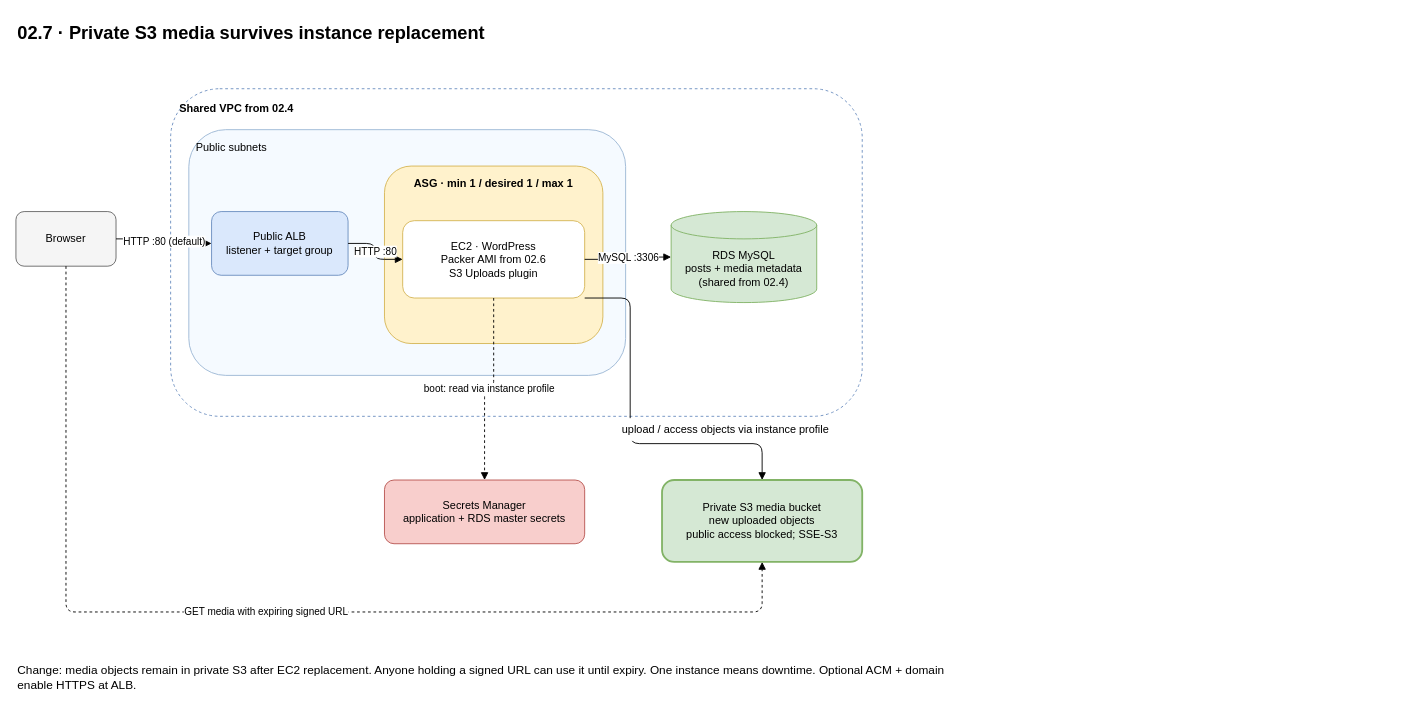
Above: course/infra/labs/aws/02-wordpress/02.7-s3/diagram.drawio in raelga/kubernetes-talks (draw.io), before the change. Source tidied: cells renumbered, new cells numbered last; positions are measured from the earlier drawing's top-left corner, leaving out a move shared by most shapes. Both pictures are drawn from the tidied source at 91%, with x=0, y=0 at pixel (15, 15).
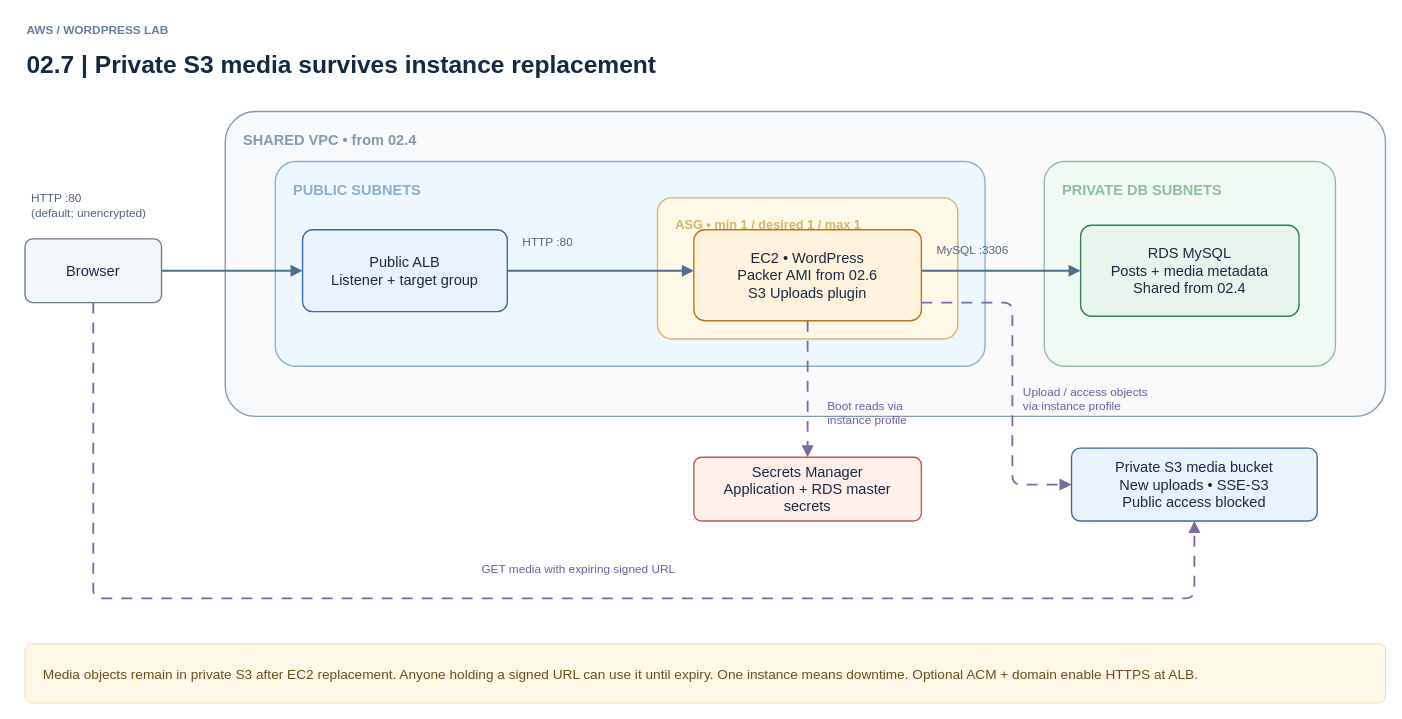
Above is the later version.

Diff of the diagram source:
```diff
@@
-<mxGraphModel>
+<mxGraphModel background="#ffffff">
@@
+    <mxCell id="20" value="AWS  /  WORDPRESS LAB" style="text;html=1;whiteSpace=wrap;overflow=hidden;align=left;verticalAlign=middle;fontFamily=Helvetica;fontSize=13;fontColor=#63809d;fontStyle=1;" parent="1" vertex="1">
+      <mxGeometry x="10" y="5" width="500" height="20" as="geometry" />
+    </mxCell>
-    <mxCell id="2" value="02.7 · Private S3 media survives instance replacement" style="text;html=1;fontSize=20;fontStyle=1;align=left;" parent="1" vertex="1">
-      <mxGeometry width="800" height="35" as="geometry" />
+    <mxCell id="2" value="02.7  |  Private S3 media survives instance replacement" style="text;html=1;whiteSpace=wrap;overflow=hidden;align=left;verticalAlign=middle;fontFamily=Helvetica;fontSize=27;fontColor=#142a43;fontStyle=1;" parent="1" vertex="1">
+      <mxGeometry x="10" y="33" width="1450" height="42" as="geometry" />
     </mxCell>
-    <mxCell id="3" value="Shared VPC from 02.4" style="rounded=1;whiteSpace=wrap;html=1;fillColor=none;strokeColor=#6c8ebf;dashed=1;verticalAlign=top;align=left;spacing=10;fontStyle=1;" parent="1" vertex="1">
-      <mxGeometry x="170" y="80" width="760" height="360" as="geometry" />
+    <mxCell id="3" value="SHARED VPC  •  from 02.4" style="rounded=1;arcSize=10;whiteSpace=wrap;html=1;align=left;verticalAlign=top;spacingLeft=18;spacingTop=15;fontFamily=Helvetica;fontSize=16;fontStyle=1;fontColor=#849ab0;fillColor=#f8fafc;strokeColor=#849ab0;strokeWidth=1.5;" parent="1" vertex="1">
+      <mxGeometry x="230" y="105" width="1275" height="335" as="geometry" />
     </mxCell>
-    <mxCell id="4" value="Public subnets" style="rounded=1;whiteSpace=wrap;html=1;fillColor=#f5faff;strokeColor=#9bb7d4;verticalAlign=top;align=left;spacing=8;" parent="1" vertex="1">
-      <mxGeometry x="190" y="125" width="480" height="270" as="geometry" />
+    <mxCell id="4" value="PUBLIC SUBNETS" style="rounded=1;arcSize=10;whiteSpace=wrap;html=1;align=left;verticalAlign=top;spacingLeft=18;spacingTop=15;fontFamily=Helvetica;fontSize=16;fontStyle=1;fontColor=#8daeca;fillColor=#eef6ff;strokeColor=#8daeca;strokeWidth=1.5;" parent="1" vertex="1">
+      <mxGeometry x="285" y="160" width="780" height="225" as="geometry" />
     </mxCell>
-    <mxCell id="5" value="Browser" style="rounded=1;whiteSpace=wrap;html=1;fillColor=#f5f5f5;strokeColor=#666666;" parent="1" vertex="1">
-      <mxGeometry y="215" width="110" height="60" as="geometry" />
-    </mxCell>
-    <mxCell id="6" value="Public ALB&#10;listener + target group" style="rounded=1;whiteSpace=wrap;html=1;fillColor=#dae8fc;strokeColor=#6c8ebf;" parent="1" vertex="1">
-      <mxGeometry x="215" y="215" width="150" height="70" as="geometry" />
-    </mxCell>
-    <mxCell id="7" value="ASG · min 1 / desired 1 / max 1" style="rounded=1;whiteSpace=wrap;html=1;fillColor=#fff2cc;strokeColor=#d6b656;verticalAlign=top;spacing=8;fontStyle=1;" parent="1" vertex="1">
-      <mxGeometry x="405" y="165" width="240" height="195" as="geometry" />
+    <mxCell id="7" value="ASG  •  min 1 / desired 1 / max 1" style="rounded=1;arcSize=10;whiteSpace=wrap;html=1;align=left;verticalAlign=top;spacingLeft=18;spacingTop=15;fontFamily=Helvetica;fontSize=14;fontStyle=1;fontColor=#d5b46b;fillColor=#fff8e8;strokeColor=#d5b46b;strokeWidth=1.5;" parent="1" vertex="1">
+      <mxGeometry x="705" y="200" width="330" height="155" as="geometry" />
     </mxCell>
-    <mxCell id="8" value="EC2 · WordPress&#10;Packer AMI from 02.6&#10;S3 Uploads plugin" style="rounded=1;whiteSpace=wrap;html=1;fillColor=#ffffff;strokeColor=#d6b656;" parent="1" vertex="1">
-      <mxGeometry x="425" y="225" width="200" height="85" as="geometry" />
-    </mxCell>
-    <mxCell id="9" value="RDS MySQL&#10;posts + media metadata&#10;(shared from 02.4)" style="shape=cylinder3;whiteSpace=wrap;html=1;boundedLbl=1;backgroundOutline=1;size=15;fillColor=#d5e8d4;strokeColor=#82b366;" parent="1" vertex="1">
-      <mxGeometry x="720" y="215" width="160" height="100" as="geometry" />
-    </mxCell>
-    <mxCell id="10" value="Private S3 media bucket&#10;new uploaded objects&#10;public access blocked; SSE-S3" style="rounded=1;whiteSpace=wrap;html=1;fillColor=#d5e8d4;strokeColor=#82b366;strokeWidth=2;" parent="1" vertex="1">
-      <mxGeometry x="710" y="510" width="220" height="90" as="geometry" />
-    </mxCell>
-    <mxCell id="11" value="Secrets Manager&#10;application + RDS master secrets" style="rounded=1;whiteSpace=wrap;html=1;fillColor=#f8cecc;strokeColor=#b85450;" parent="1" vertex="1">
-      <mxGeometry x="405" y="510" width="220" height="70" as="geometry" />
-    </mxCell>
+    <mxCell id="21" value="PRIVATE DB SUBNETS" style="rounded=1;arcSize=10;whiteSpace=wrap;html=1;align=left;verticalAlign=top;spacingLeft=18;spacingTop=15;fontFamily=Helvetica;fontSize=16;fontStyle=1;fontColor=#90bda1;fillColor=#f0f9f3;strokeColor=#90bda1;strokeWidth=1.5;" parent="1" vertex="1">
+      <mxGeometry x="1130" y="160" width="320" height="225" as="geometry" />
+    </mxCell>
-    <mxCell id="12" value="HTTP :80 (default)" style="edgeStyle=orthogonalEdgeStyle;html=1;endArrow=block;" parent="1" edge="1" source="5" target="6">
-      <mxGeometry relative="1" as="geometry" />
+    <mxCell id="12" style="edgeStyle=orthogonalEdgeStyle;rounded=1;html=1;endArrow=block;endFill=1;endSize=8;strokeWidth=2;strokeColor=#526d89;" parent="1" edge="1">
+      <mxGeometry relative="1" as="geometry">
+        <mxPoint x="160" y="280" as="sourcePoint" />
+        <mxPoint x="315" y="280" as="targetPoint" />
+      </mxGeometry>
     </mxCell>
-    <mxCell id="13" value="HTTP :80" style="edgeStyle=orthogonalEdgeStyle;html=1;endArrow=block;" parent="1" edge="1" source="6" target="8">
-      <mxGeometry relative="1" as="geometry" />
+    <mxCell id="13" style="edgeStyle=orthogonalEdgeStyle;rounded=1;html=1;endArrow=block;endFill=1;endSize=8;strokeWidth=2;strokeColor=#526d89;" parent="1" edge="1">
+      <mxGeometry relative="1" as="geometry">
+        <mxPoint x="540" y="280" as="sourcePoint" />
+        <mxPoint x="745" y="280" as="targetPoint" />
+      </mxGeometry>
     </mxCell>
-    <mxCell id="14" value="MySQL :3306" style="edgeStyle=orthogonalEdgeStyle;html=1;endArrow=block;" parent="1" edge="1" source="8" target="9">
-      <mxGeometry relative="1" as="geometry" />
+    <mxCell id="14" style="edgeStyle=orthogonalEdgeStyle;rounded=1;html=1;endArrow=block;endFill=1;endSize=8;strokeWidth=2;strokeColor=#526d89;" parent="1" edge="1">
+      <mxGeometry relative="1" as="geometry">
+        <mxPoint x="995" y="280" as="sourcePoint" />
+        <mxPoint x="1170" y="280" as="targetPoint" />
+      </mxGeometry>
     </mxCell>
-    <mxCell id="15" value="boot: read via instance profile" style="edgeStyle=orthogonalEdgeStyle;html=1;endArrow=block;dashed=1;" parent="1" edge="1" source="8" target="11">
-      <mxGeometry relative="1" as="geometry" />
+    <mxCell id="15" style="edgeStyle=orthogonalEdgeStyle;rounded=1;html=1;endArrow=block;endFill=1;endSize=8;strokeWidth=2;strokeColor=#7d69a2;dashed=1;dashPattern=6 5;" parent="1" edge="1">
+      <mxGeometry relative="1" as="geometry">
+        <mxPoint x="870" y="335" as="sourcePoint" />
+        <mxPoint x="870" y="485" as="targetPoint" />
+      </mxGeometry>
     </mxCell>
-    <mxCell id="16" style="edgeStyle=orthogonalEdgeStyle;html=1;endArrow=block;exitX=1;exitY=1;exitPerimeter=1;entryX=0.5;entryY=0;entryPerimeter=1;" parent="1" edge="1" source="8" target="10">
-      <mxGeometry relative="1" as="geometry">
-        <Array as="points">
-          <mxPoint x="675" y="310" />
-          <mxPoint x="675" y="470" />
-          <mxPoint x="820" y="470" />
-        </Array>
-      </mxGeometry>
-    </mxCell>
-    <mxCell id="17" value="upload / access objects via instance profile" style="text;whiteSpace=wrap;html=1;align=center;verticalAlign=middle;fillColor=#ffffff;" parent="1" vertex="1">
-      <mxGeometry x="665" y="442" width="230" height="25" as="geometry" />
-    </mxCell>
+    <mxCell id="22" style="edgeStyle=orthogonalEdgeStyle;rounded=1;html=1;endArrow=block;endFill=1;endSize=8;strokeWidth=2;strokeColor=#7d69a2;dashed=1;dashPattern=6 5;" parent="1" edge="1">
+      <mxGeometry relative="1" as="geometry">
+        <mxPoint x="995" y="315" as="sourcePoint" />
+        <mxPoint x="1160" y="515" as="targetPoint" />
+        <Array as="points">
+          <mxPoint x="1095" y="315" />
+          <mxPoint x="1095" y="515" />
+        </Array>
+      </mxGeometry>
+    </mxCell>
+    <mxCell id="23" style="edgeStyle=orthogonalEdgeStyle;rounded=1;html=1;endArrow=block;endFill=1;endSize=8;strokeWidth=2;strokeColor=#7d69a2;dashed=1;dashPattern=6 5;" parent="1" edge="1">
+      <mxGeometry relative="1" as="geometry">
+        <mxPoint x="85" y="315" as="sourcePoint" />
+        <mxPoint x="1295" y="555" as="targetPoint" />
+        <Array as="points">
+          <mxPoint x="85" y="640" />
+          <mxPoint x="1295" y="640" />
+        </Array>
+      </mxGeometry>
+    </mxCell>
+    <mxCell id="5" value="Browser" style="rounded=1;arcSize=12;whiteSpace=wrap;html=1;align=center;verticalAlign=middle;spacing=8;fontFamily=Helvetica;fontSize=16;fontColor=#172a41;fillColor=#f3f6fa;strokeColor=#69798c;strokeWidth=1.5;" parent="1" vertex="1">
+      <mxGeometry x="10" y="245" width="150" height="70" as="geometry" />
+    </mxCell>
+    <mxCell id="6" value="Public ALB&#10;Listener + target group" style="rounded=1;arcSize=12;whiteSpace=wrap;html=1;align=center;verticalAlign=middle;spacing=8;fontFamily=Helvetica;fontSize=16;fontColor=#172a41;fillColor=#eaf2ff;strokeColor=#3569a8;strokeWidth=1.5;" parent="1" vertex="1">
+      <mxGeometry x="315" y="235" width="225" height="90" as="geometry" />
+    </mxCell>
+    <mxCell id="8" value="EC2  •  WordPress&#10;Packer AMI from 02.6&#10;S3 Uploads plugin" style="rounded=1;arcSize=12;whiteSpace=wrap;html=1;align=center;verticalAlign=middle;spacing=8;fontFamily=Helvetica;fontSize=16;fontColor=#172a41;fillColor=#fff3df;strokeColor=#bb7614;strokeWidth=1.5;" parent="1" vertex="1">
+      <mxGeometry x="745" y="235" width="250" height="100" as="geometry" />
+    </mxCell>
+    <mxCell id="9" value="RDS MySQL&#10;Posts + media metadata&#10;Shared from 02.4" style="rounded=1;arcSize=12;whiteSpace=wrap;html=1;align=center;verticalAlign=middle;spacing=8;fontFamily=Helvetica;fontSize=16;fontColor=#172a41;fillColor=#e8f5ee;strokeColor=#32825b;strokeWidth=1.5;" parent="1" vertex="1">
+      <mxGeometry x="1170" y="230" width="240" height="100" as="geometry" />
+    </mxCell>
+    <mxCell id="11" value="Secrets Manager&#10;Application + RDS master secrets" style="rounded=1;arcSize=12;whiteSpace=wrap;html=1;align=center;verticalAlign=middle;spacing=8;fontFamily=Helvetica;fontSize=16;fontColor=#172a41;fillColor=#fff0ec;strokeColor=#ba5b46;strokeWidth=1.5;" parent="1" vertex="1">
+      <mxGeometry x="745" y="485" width="250" height="70" as="geometry" />
+    </mxCell>
+    <mxCell id="24" value="HTTP :80&#10;(default; unencrypted)" style="text;html=1;whiteSpace=wrap;overflow=hidden;align=left;verticalAlign=middle;fontFamily=Helvetica;fontSize=13;fontColor=#52647a;fontStyle=0;" parent="1" vertex="1">
+      <mxGeometry x="15" y="185" width="180" height="45" as="geometry" />
+    </mxCell>
+    <mxCell id="25" value="HTTP :80" style="text;html=1;whiteSpace=wrap;overflow=hidden;align=left;verticalAlign=middle;fontFamily=Helvetica;fontSize=13;fontColor=#52647a;fontStyle=0;" parent="1" vertex="1">
+      <mxGeometry x="555" y="225" width="155" height="45" as="geometry" />
+    </mxCell>
+    <mxCell id="26" value="MySQL :3306" style="text;html=1;whiteSpace=wrap;overflow=hidden;align=left;verticalAlign=middle;fontFamily=Helvetica;fontSize=13;fontColor=#52647a;fontStyle=0;" parent="1" vertex="1">
+      <mxGeometry x="1010" y="245" width="120" height="23" as="geometry" />
+    </mxCell>
+    <mxCell id="27" value="Boot reads via&#10;instance profile" style="text;html=1;whiteSpace=wrap;overflow=hidden;align=left;verticalAlign=middle;fontFamily=Helvetica;fontSize=13;fontColor=#7259a8;fontStyle=0;" parent="1" vertex="1">
+      <mxGeometry x="890" y="415" width="180" height="42" as="geometry" />
+    </mxCell>
+    <mxCell id="10" value="Private S3 media bucket&#10;New uploads  •  SSE-S3&#10;Public access blocked" style="rounded=1;arcSize=12;whiteSpace=wrap;html=1;align=center;verticalAlign=middle;spacing=8;fontFamily=Helvetica;fontSize=16;fontColor=#172a41;fillColor=#eaf2ff;strokeColor=#3569a8;strokeWidth=1.5;" parent="1" vertex="1">
+      <mxGeometry x="1160" y="475" width="270" height="80" as="geometry" />
+    </mxCell>
+    <mxCell id="28" value="Upload / access objects&#10;via instance profile" style="text;html=1;whiteSpace=wrap;overflow=hidden;align=left;verticalAlign=middle;fontFamily=Helvetica;fontSize=13;fontColor=#7259a8;fontStyle=0;" parent="1" vertex="1">
+      <mxGeometry x="1105" y="400" width="210" height="42" as="geometry" />
+    </mxCell>
-    <mxCell id="18" value="GET media with expiring signed URL" style="edgeStyle=orthogonalEdgeStyle;html=1;endArrow=block;dashed=1;" parent="1" edge="1" source="5" target="10">
-      <mxGeometry relative="1" as="geometry">
-        <Array as="points">
-          <mxPoint x="55" y="655" />
-          <mxPoint x="820" y="655" />
-        </Array>
-      </mxGeometry>
+    <mxCell id="18" value="GET media with expiring signed URL" style="text;html=1;whiteSpace=wrap;overflow=hidden;align=left;verticalAlign=middle;fontFamily=Helvetica;fontSize=13;fontColor=#7259a8;fontStyle=0;" parent="1" vertex="1">
+      <mxGeometry x="510" y="595" width="300" height="25" as="geometry" />
     </mxCell>
-    <mxCell id="19" value="Change: media objects remain in private S3 after EC2 replacement. Anyone holding a signed URL can use it until expiry. One instance means downtime. Optional ACM + domain enable HTTPS at ALB." style="text;whiteSpace=wrap;html=1;align=left;verticalAlign=top;fontSize=13;" parent="1" vertex="1">
-      <mxGeometry y="705" width="1050" height="50" as="geometry" />
+    <mxCell id="19" value="Media objects remain in private S3 after EC2 replacement. Anyone holding a signed URL can use it until expiry. One instance means downtime. Optional ACM + domain enable HTTPS at ALB." style="rounded=1;arcSize=12;whiteSpace=wrap;html=1;align=left;spacingLeft=18;spacingRight=18;fontFamily=Helvetica;fontSize=15;fontColor=#6b4e1e;fillColor=#fff8e8;strokeColor=#ecd9ae;" parent="1" vertex="1">
+      <mxGeometry x="10" y="690" width="1495" height="65" as="geometry" />
     </mxCell>
```
